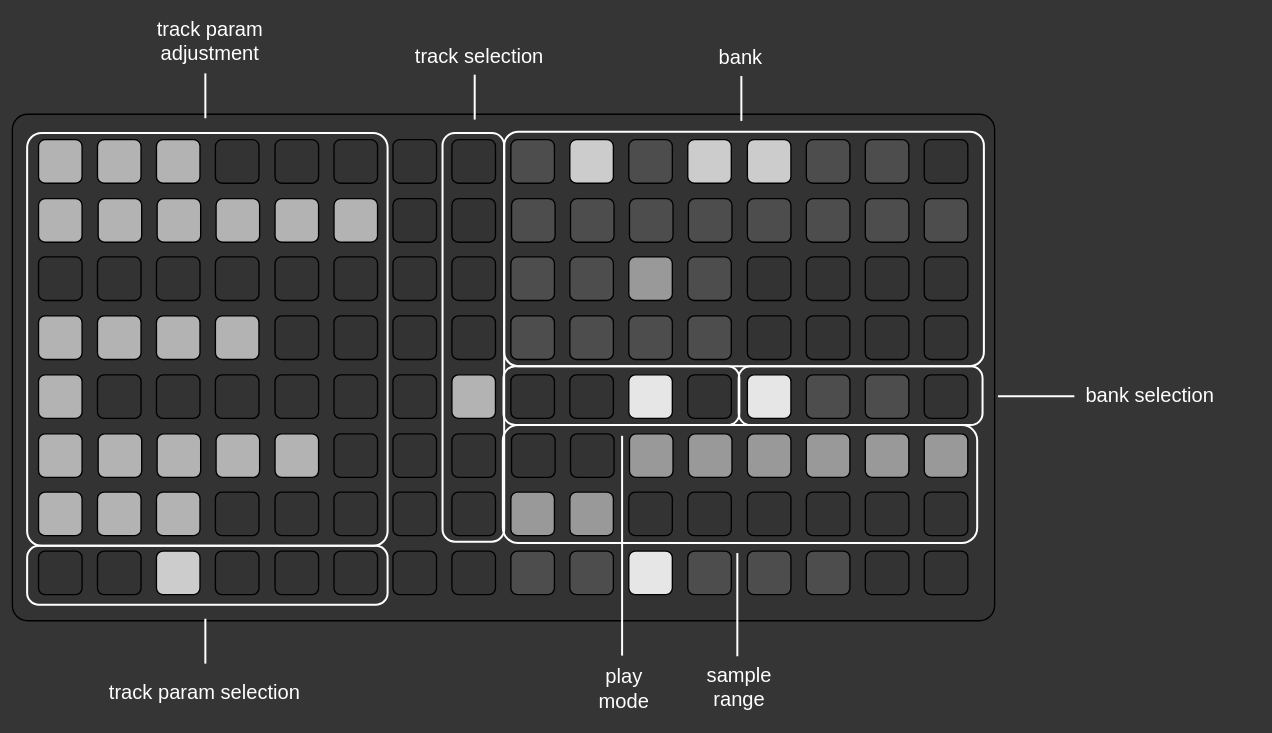
Before: page "sample_config" (5 of 14) of static/grid_movements.drawio in leontoddjohnson/etc, a draw.io diagram. Source tidied: cells renumbered, new cells numbered last; positions are measured from the earlier drawing's top-left corner, leaving out a move shared by most shapes. Both pictures are drawn from the tidied source at 67%, with x=0, y=0 at pixel (12, 11).
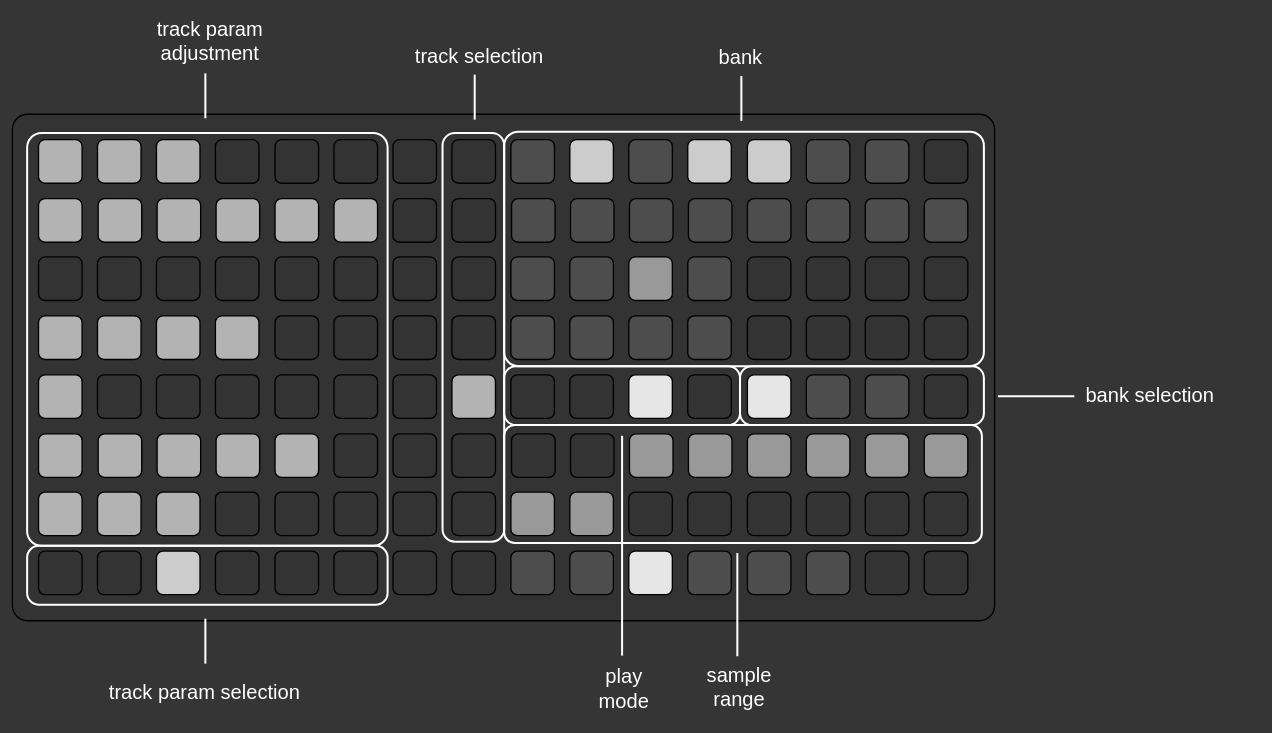
The same page after the edit.

The edit, as a diff of the source:
```diff
@@
     <mxCell id="137" style="rounded=1;whiteSpace=wrap;html=1;fillColor=none;strokeWidth=3;strokeColor=#FFFFFF;arcSize=20;" parent="1" vertex="1">
-      <mxGeometry x="1084" y="529" width="364" height="88" as="geometry" />
+      <mxGeometry x="1086" y="529" width="364" height="88" as="geometry" />
     </mxCell>
@@
     <mxCell id="144" style="rounded=1;whiteSpace=wrap;html=1;fillColor=none;strokeWidth=3;strokeColor=#FFFFFF;arcSize=20;" parent="1" vertex="1">
-      <mxGeometry x="733" y="529" width="352" height="88" as="geometry" />
+      <mxGeometry x="734" y="529" width="352" height="88" as="geometry" />
     </mxCell>
-    <mxCell id="145" style="rounded=1;whiteSpace=wrap;html=1;fillColor=none;strokeWidth=3;strokeColor=#FFFFFF;arcSize=13;" parent="1" vertex="1">
-      <mxGeometry x="732" y="617" width="708" height="176" as="geometry" />
+    <mxCell id="145" style="rounded=1;whiteSpace=wrap;html=1;fillColor=none;strokeWidth=3;strokeColor=#FFFFFF;arcSize=9;" parent="1" vertex="1">
+      <mxGeometry x="734" y="617" width="713" height="176" as="geometry" />
     </mxCell>
```
